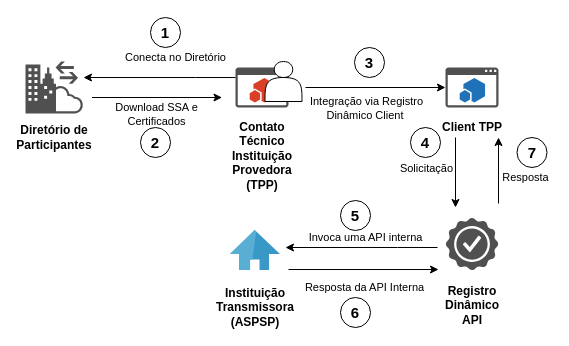
Earlier version of the draw.io diagram draw_io_diagrams/security/RegistroDinamicoFluxo.drawio (OpenBanking-Brasil/areadesenvolvedor). Source tidied: cells renumbered, new cells numbered last; positions are measured from the earlier drawing's top-left corner, leaving out a move shared by most shapes. Both pictures are drawn from the tidied source at 100%, with x=0, y=0 at pixel (25, 17).
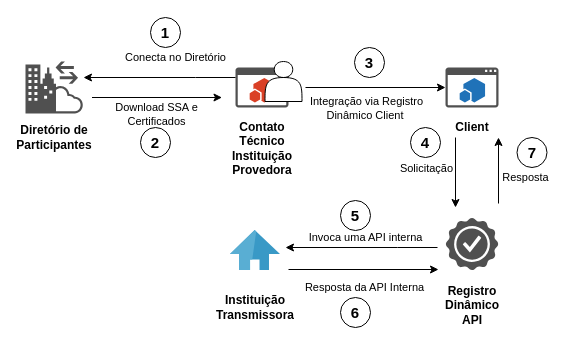
After the change.

The change refers to these unchanged cells:
```xml
<mxCell id="2" style="group;" parent="1" vertex="1">
  <mxGeometry width="526.5" height="310" as="geometry" />
</mxCell>
```

Change to the diagram source:
```diff
@@
-    <mxCell id="9" value="Contato Técnico Instituição Provedora&lt;br&gt;(TPP)" style="text;whiteSpace=wrap;html=1;align=center;fontStyle=1;" parent="2" vertex="1">
+    <mxCell id="9" value="Contato Técnico Instituição Provedora" style="text;whiteSpace=wrap;html=1;align=center;fontStyle=1;" parent="2" vertex="1">
       <mxGeometry x="196.5" y="96" width="80" height="30" as="geometry" />
     </mxCell>
@@
-    <mxCell id="15" value="Client TPP" style="text;whiteSpace=wrap;html=1;align=center;fontStyle=1;" parent="2" vertex="1">
+    <mxCell id="15" value="Client" style="text;whiteSpace=wrap;html=1;align=center;fontStyle=1;" parent="2" vertex="1">
       <mxGeometry x="406.5" y="96" width="80" height="30" as="geometry" />
     </mxCell>
@@
-    <mxCell id="23" value="Instituição Transmissora&lt;br&gt;(ASPSP)" style="text;html=1;strokeColor=none;fillColor=none;align=center;verticalAlign=middle;whiteSpace=wrap;rounded=0;fontStyle=1;" parent="2" vertex="1">
+    <mxCell id="23" value="Instituição Transmissora" style="text;html=1;strokeColor=none;fillColor=none;align=center;verticalAlign=middle;whiteSpace=wrap;rounded=0;fontStyle=1;" parent="2" vertex="1">
       <mxGeometry x="210" y="280" width="40" height="20" as="geometry" />
     </mxCell>
```
